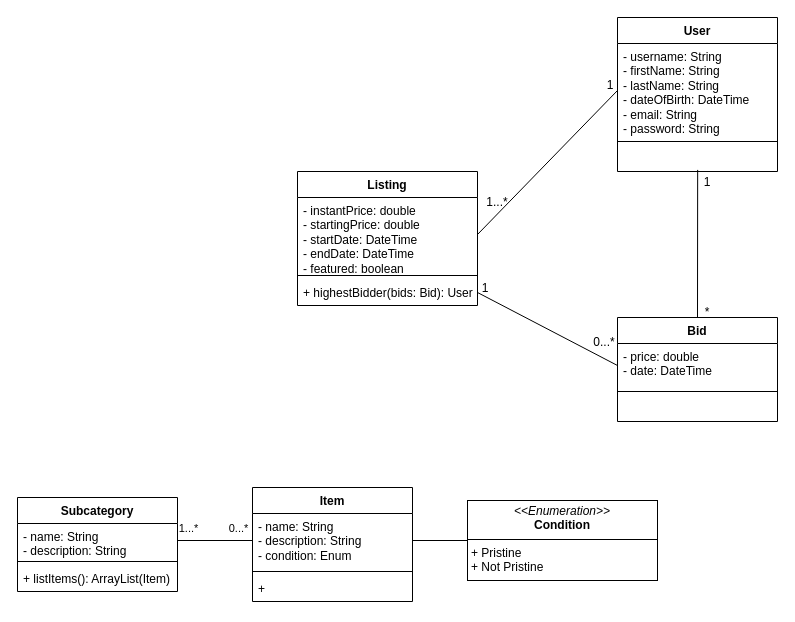
antonykimuom/SWEN30006-2025-SM1-workshop1-tuew05-14-00-team-12 keeps this draw.io diagram as Workshop4.drawio. Above is the earlier version. Source tidied: cells renumbered, new cells numbered last; positions are measured from the earlier drawing's top-left corner, leaving out a move shared by most shapes. Both pictures are drawn from the tidied source at 100%, with x=0, y=0 at pixel (17, 17).
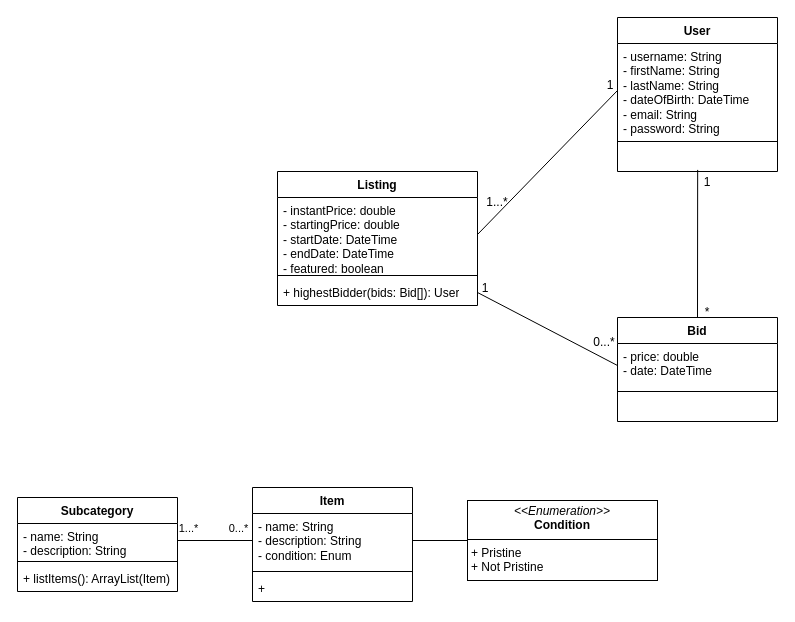
Above is the later version.

The edit, as a diff of the source:
```diff
@@
     <mxCell id="2" value="Listing" style="swimlane;fontStyle=1;align=center;verticalAlign=top;horizontal=1;startSize=26;whiteSpace=wrap;html=1;" parent="1" vertex="1">
-      <mxGeometry x="280" y="154" width="180" height="134" as="geometry" />
+      <mxGeometry x="260" y="154" width="200" height="134" as="geometry" />
     </mxCell>
     <mxCell id="3" value="- instantPrice: double&lt;div&gt;- startingPrice: double&lt;/div&gt;&lt;div&gt;- startDate: DateTime&lt;/div&gt;&lt;div&gt;- endDate: DateTime&lt;/div&gt;&lt;div&gt;- featured: boolean&lt;/div&gt;" style="text;strokeColor=none;fillColor=none;align=left;verticalAlign=top;spacingLeft=4;spacingRight=4;overflow=hidden;points=[[0,0.5],[1,0.5]];portConstraint=eastwest;whiteSpace=wrap;html=1;" parent="2" vertex="1">
-      <mxGeometry y="26" width="180" height="74" as="geometry" />
+      <mxGeometry y="26" width="200" height="74" as="geometry" />
     </mxCell>
     <mxCell id="4" style="line;strokeWidth=1;fillColor=none;align=left;verticalAlign=middle;spacingTop=-1;spacingLeft=3;spacingRight=3;labelPosition=right;strokeColor=inherit;" parent="2" vertex="1">
-      <mxGeometry y="100" width="180" height="8" as="geometry" />
+      <mxGeometry y="100" width="200" height="8" as="geometry" />
     </mxCell>
-    <mxCell id="5" value="+ highestBidder(bids: Bid): User" style="text;strokeColor=none;fillColor=none;align=left;verticalAlign=top;spacingLeft=4;spacingRight=4;overflow=hidden;points=[[0,0.5],[1,0.5]];portConstraint=eastwest;whiteSpace=wrap;html=1;" parent="2" vertex="1">
-      <mxGeometry y="108" width="180" height="26" as="geometry" />
+    <mxCell id="5" value="+ highestBidder(bids: Bid[]): User" style="text;strokeColor=none;fillColor=none;align=left;verticalAlign=top;spacingLeft=4;spacingRight=4;overflow=hidden;points=[[0,0.5],[1,0.5]];portConstraint=eastwest;whiteSpace=wrap;html=1;" parent="2" vertex="1">
+      <mxGeometry y="108" width="200" height="26" as="geometry" />
     </mxCell>
```
